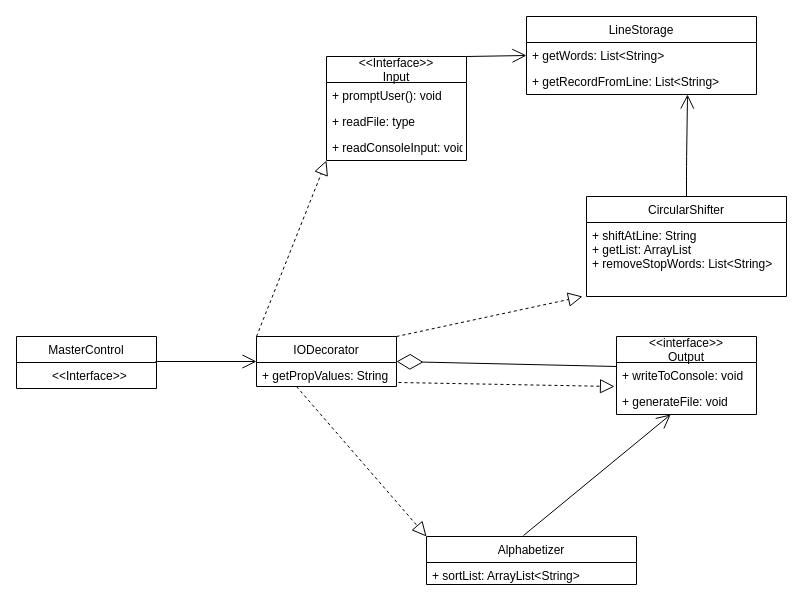
Above: src/Untitled Diagram.drawio in montyxrizzo/KWIC (draw.io), before the change. Source tidied: cells renumbered, new cells numbered last; positions are measured from the earlier drawing's top-left corner, leaving out a move shared by most shapes. Both pictures are drawn from the tidied source at 100%, with x=0, y=0 at pixel (16, 16).
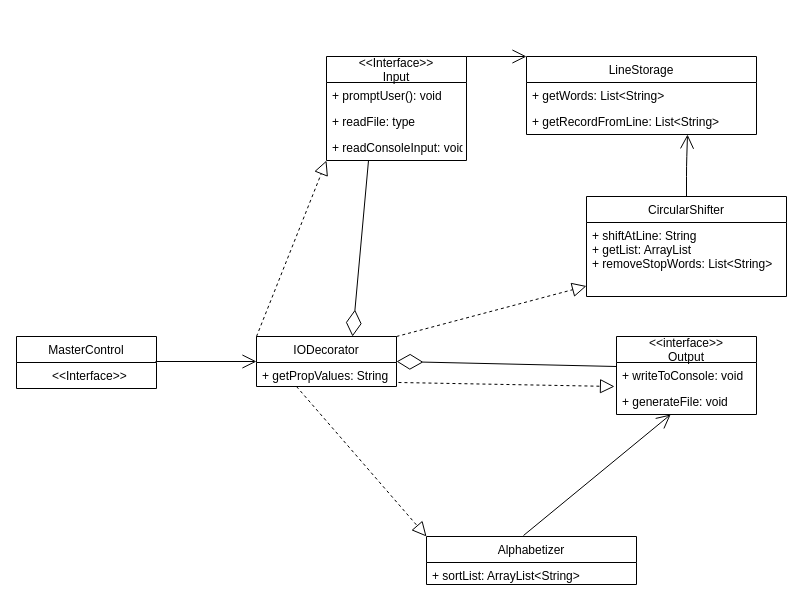
The same diagram, later.

The change refers to these unchanged cells:
```xml
<mxCell id="3" value="+ getWords: List&lt;String&gt;" style="text;strokeColor=none;fillColor=none;align=left;verticalAlign=top;spacingLeft=4;spacingRight=4;overflow=hidden;points=[[0,0.5],[1,0.5]];portConstraint=eastwest;" parent="2" vertex="1">
  <mxGeometry y="26" width="230" height="26" as="geometry" />
</mxCell>
<mxCell id="5" value="&lt;&lt;Interface&gt;&gt;&#10;Input" style="swimlane;fontStyle=0;horizontal=1;startSize=26;fillColor=none;" parent="1" vertex="1">
  <mxGeometry x="310" y="40" width="140" height="104" as="geometry" />
</mxCell>
<mxCell id="8" value="+ readConsoleInput: void " style="text;strokeColor=none;fillColor=none;align=left;verticalAlign=top;spacingLeft=4;spacingRight=4;overflow=hidden;points=[[0,0.5],[1,0.5]];portConstraint=eastwest;" parent="5" vertex="1">
  <mxGeometry y="78" width="140" height="26" as="geometry" />
</mxCell>
<mxCell id="14" value="+ shiftAtLine: String&#10;+ getList: ArrayList&#10;+ removeStopWords: List&lt;String&gt;" style="text;strokeColor=none;fillColor=none;align=left;verticalAlign=top;spacingLeft=4;spacingRight=4;overflow=hidden;points=[[0,0.5],[1,0.5]];portConstraint=eastwest;" parent="13" vertex="1">
  <mxGeometry y="26" width="200" height="74" as="geometry" />
</mxCell>
<mxCell id="20" value="IODecorator" style="swimlane;fontStyle=0;horizontal=1;startSize=26;fillColor=none;" parent="1" vertex="1">
  <mxGeometry x="240" y="320" width="140" height="50" as="geometry" />
</mxCell>
```

The edit, as a diff of the source:
```diff
@@
     <mxCell id="2" value="LineStorage" style="swimlane;fontStyle=0;horizontal=1;startSize=26;fillColor=none;" parent="1" vertex="1">
-      <mxGeometry x="510" width="230" height="78" as="geometry" />
+      <mxGeometry x="510" y="40" width="230" height="78" as="geometry" />
     </mxCell>
@@
-    <mxCell id="19" style="endArrow=open;endFill=1;endSize=12;html=1;entryX=0;entryY=0.5;entryDx=0;entryDy=0;exitX=1;exitY=0;exitDx=0;exitDy=0;" parent="1" edge="1" source="5" target="3">
+    <mxCell id="19" style="endArrow=open;endFill=1;endSize=12;html=1;entryX=0;entryY=0;entryDx=0;entryDy=0;exitX=1;exitY=0;exitDx=0;exitDy=0;" parent="1" edge="1" source="5" target="2">
       <mxGeometry relative="1" as="geometry" />
     </mxCell>
@@
-    <mxCell id="26" style="endArrow=block;dashed=1;endFill=0;endSize=12;html=1;exitX=1;exitY=0;exitDx=0;exitDy=0;entryX=-0.02;entryY=1;entryDx=0;entryDy=0;entryPerimeter=0;" parent="1" edge="1" source="20" target="14">
+    <mxCell id="26" style="endArrow=block;dashed=1;endFill=0;endSize=12;html=1;exitX=1;exitY=0;exitDx=0;exitDy=0;" parent="1" edge="1" source="20" target="14">
       <mxGeometry relative="1" as="geometry" />
     </mxCell>
@@
+    <mxCell id="29" style="endArrow=diamondThin;endFill=0;endSize=24;html=1;entryX=0.686;entryY=0;entryDx=0;entryDy=0;exitX=0.3;exitY=1;exitDx=0;exitDy=0;exitPerimeter=0;entryPerimeter=0;" parent="1" edge="1" source="8" target="20">
+      <mxGeometry relative="1" as="geometry" />
+    </mxCell>
```
